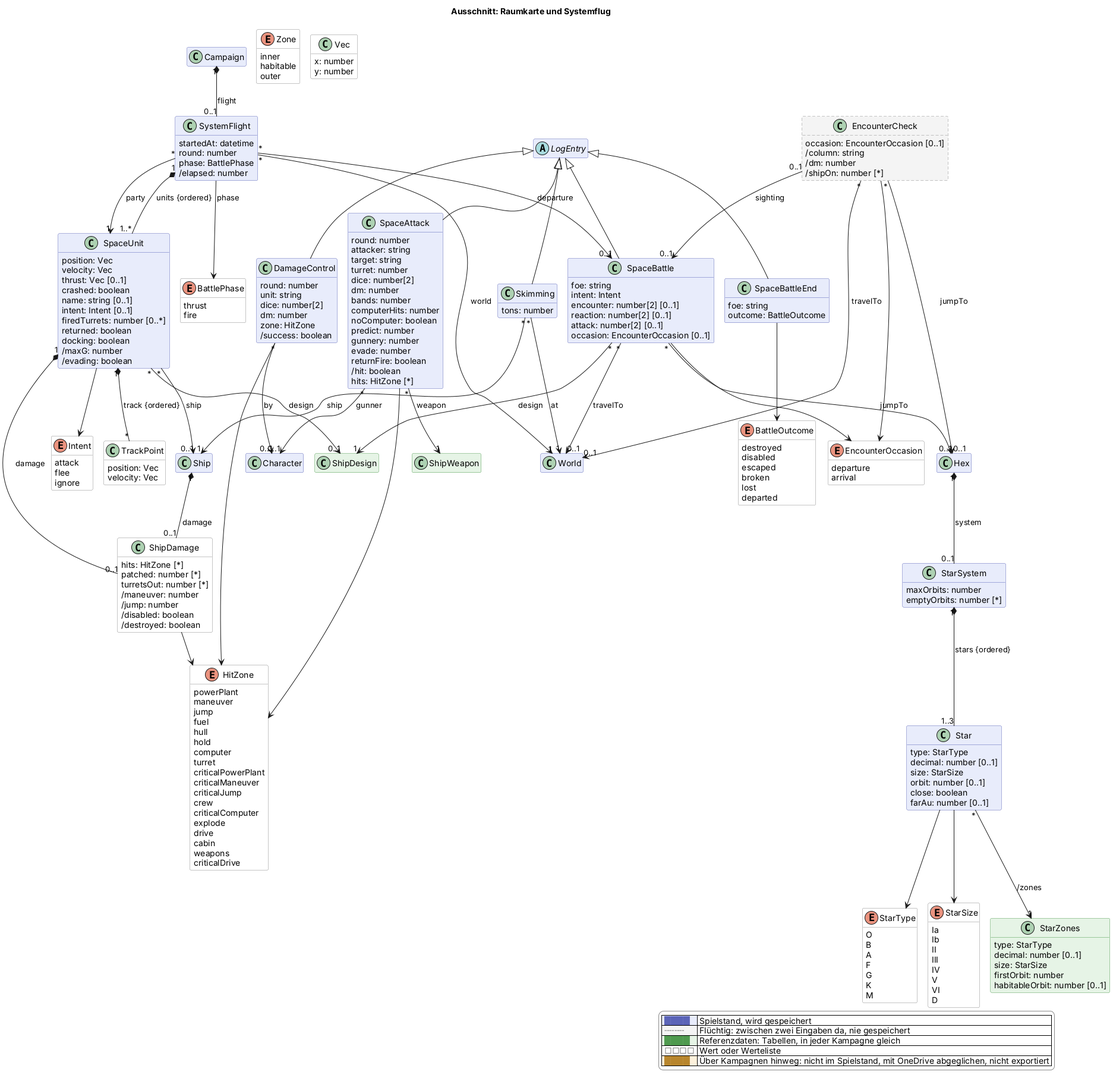
Above: docs/views/raum.png in scuzzar/SRE (PlantUML), before the change.
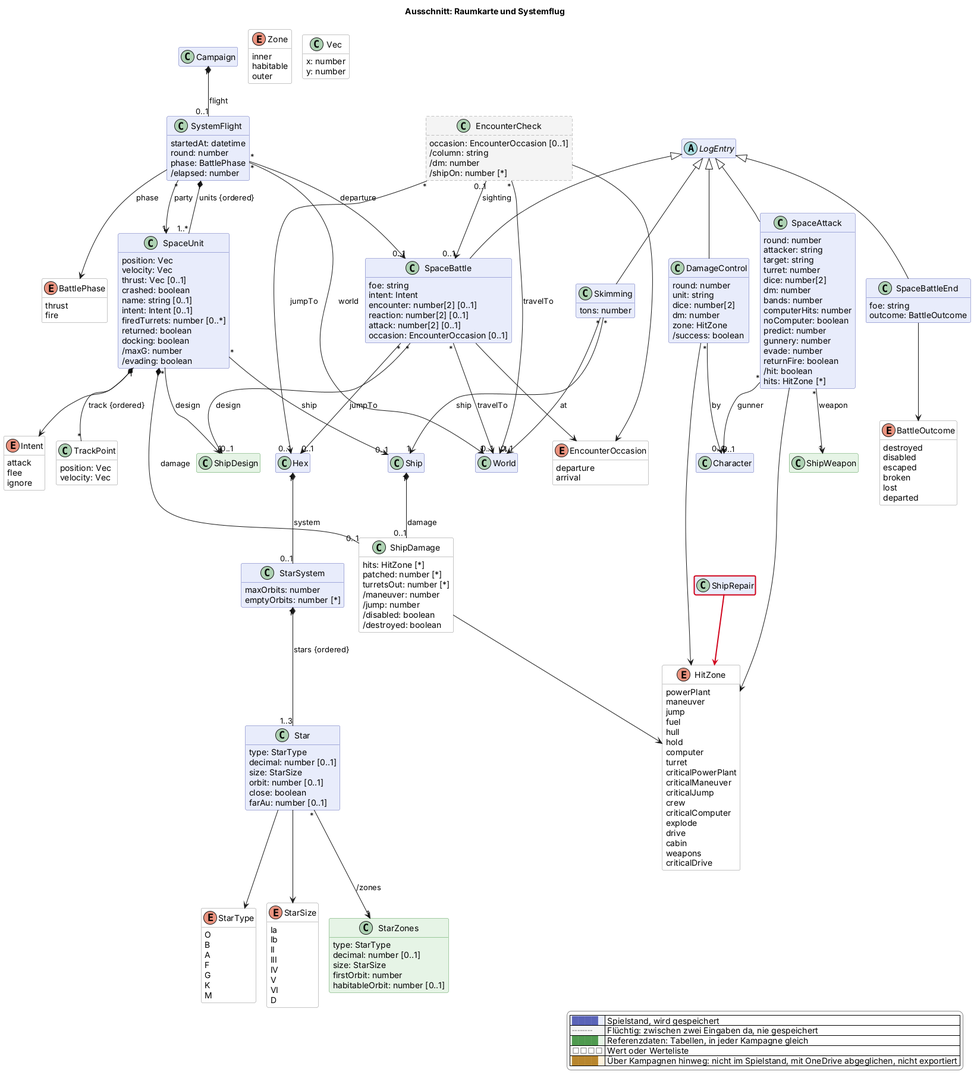
Above is the later version.

The edit, as a diff of the source:
```diff
@@ -235,6 +235,7 @@
     zone: HitZone
     /success: boolean
   }
+  class ShipRepair $schiffe $newClass("2026-11-27d")
   class TrackPoint <<value>> $raum {
     position: Vec
     velocity: Vec
@@ -276,6 +277,7 @@
 LogEntry <|-- DamageControl
 DamageControl --> HitZone
 DamageControl "*" --> "0..1" Character : by
+ShipRepair -$newArrow("2026-11-27d")-> HitZone
 SpaceAttack --> HitZone
 SpaceBattleEnd --> BattleOutcome
 SpaceBattle --> EncounterOccasion
```
